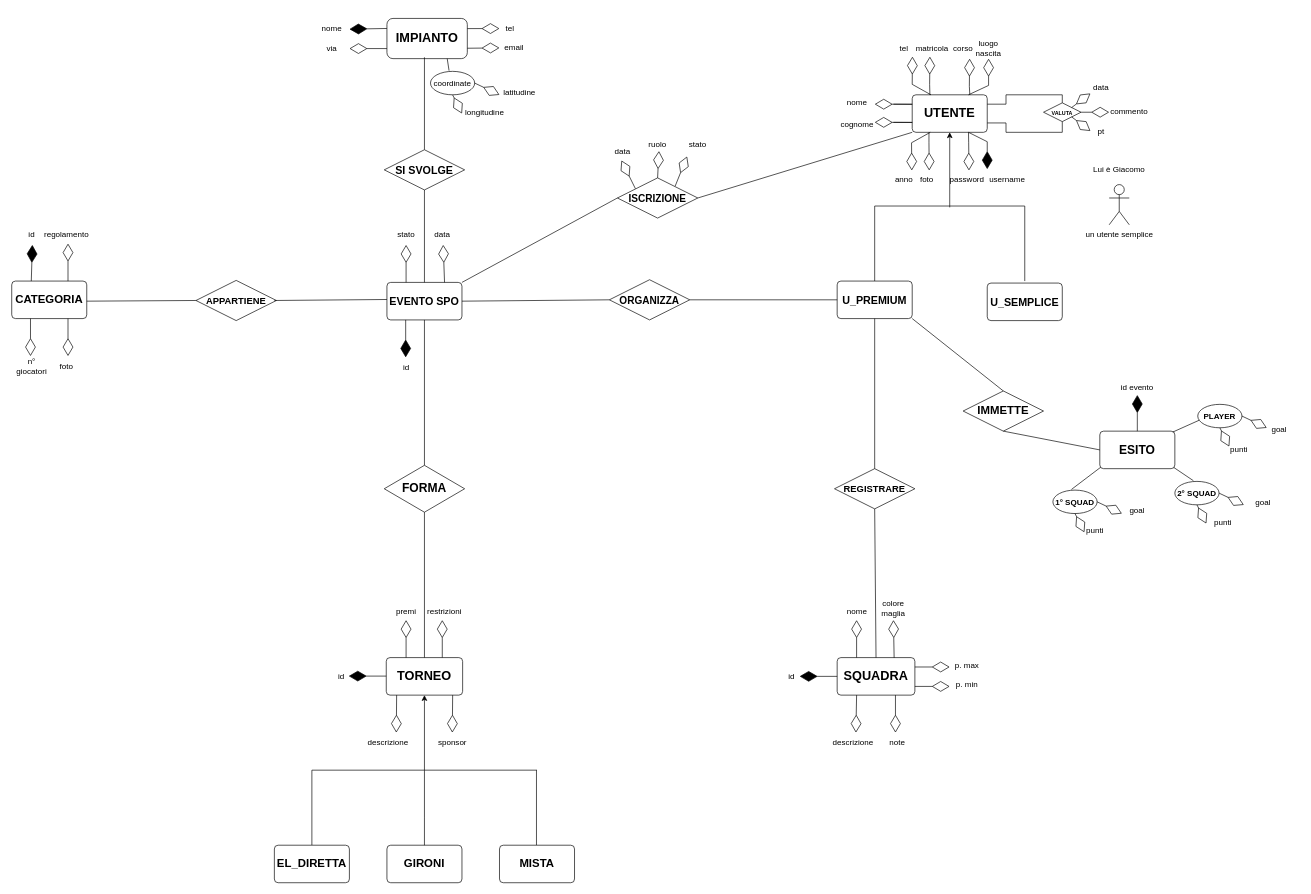
This is Project-EER.drawio from KintsuKayaba/UniGeSocialSport, a draw.io file, before an edit. Source tidied: cells renumbered, new cells numbered last; positions are measured from the earlier drawing's top-left corner, leaving out a move shared by most shapes. Both pictures are drawn from the tidied source at 67%, with x=0, y=0 at pixel (11, 18).
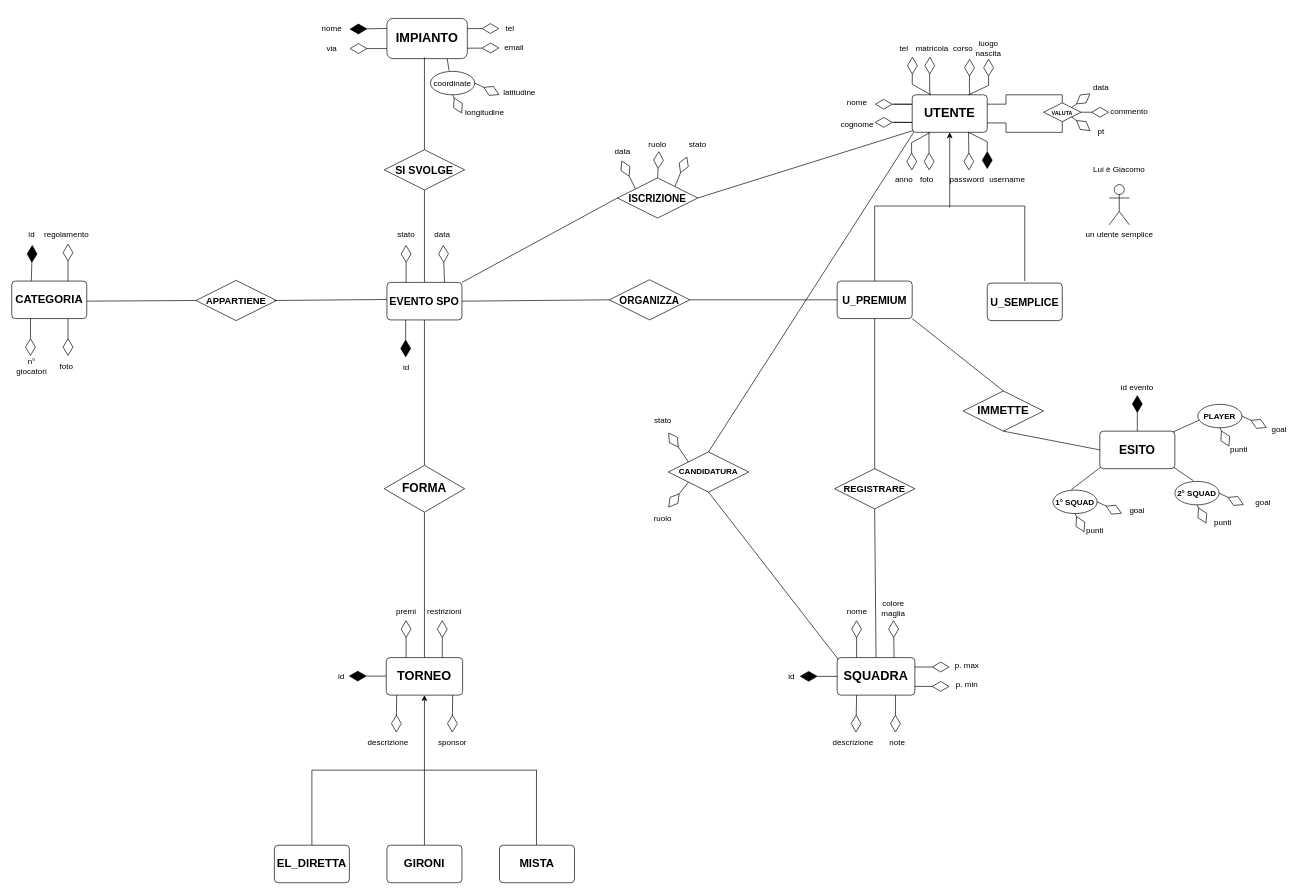
The same page after the edit.

Commit message:
Aggiunta relazione candidatura

The change refers to these unchanged cells:
```xml
<mxCell id="2" value="&lt;div style=&quot;text-align: justify;&quot;&gt;&lt;span style=&quot;background-color: initial;&quot;&gt;&lt;b style=&quot;&quot;&gt;&lt;font style=&quot;font-size: 19px;&quot;&gt;UTENTE&lt;/font&gt;&lt;/b&gt;&lt;/span&gt;&lt;/div&gt;" style="rounded=1;arcSize=10;whiteSpace=wrap;html=1;align=center;" parent="1" vertex="1">
  <mxGeometry x="1344" y="114" width="112" height="56" as="geometry" />
</mxCell>
<mxCell id="84" value="&lt;b&gt;&lt;font style=&quot;font-size: 19px;&quot;&gt;SQUADRA&lt;/font&gt;&lt;/b&gt;" style="rounded=1;arcSize=10;whiteSpace=wrap;html=1;align=center;" parent="1" vertex="1">
  <mxGeometry x="1232" y="954" width="116" height="56" as="geometry" />
</mxCell>
<mxCell id="120" value="&lt;b&gt;&lt;font style=&quot;font-size: 15px;&quot;&gt;ISCRIZIONE&lt;/font&gt;&lt;/b&gt;" style="shape=rhombus;perimeter=rhombusPerimeter;whiteSpace=wrap;html=1;align=center;" parent="1" vertex="1">
  <mxGeometry x="904" y="238" width="120" height="60" as="geometry" />
</mxCell>
```

Diff of the diagram source:
```diff
@@
-    <mxCell id="83" value="&lt;b&gt;&lt;font style=&quot;font-size: 14px;&quot;&gt;REGISTRARE&lt;/font&gt;&lt;/b&gt;" style="shape=rhombus;perimeter=rhombusPerimeter;whiteSpace=wrap;html=1;align=center;" parent="1" vertex="1">
+    <mxCell id="83" value="&lt;font style=&quot;font-size: 14px;&quot;&gt;&lt;b&gt;REGISTRARE&lt;/b&gt;&lt;/font&gt;" style="shape=rhombus;perimeter=rhombusPerimeter;whiteSpace=wrap;html=1;align=center;" parent="1" vertex="1">
       <mxGeometry x="1228" y="672" width="120" height="60" as="geometry" />
     </mxCell>
@@
-    <mxCell id="121" style="endArrow=none;html=1;rounded=0;entryX=0;entryY=1;entryDx=0;entryDy=0;exitX=1;exitY=0.5;exitDx=0;exitDy=0;" parent="1" edge="1" source="120" target="2">
+    <mxCell id="121" style="endArrow=none;html=1;rounded=0;entryX=0.009;entryY=0.955;entryDx=0;entryDy=0;exitX=1;exitY=0.5;exitDx=0;exitDy=0;entryPerimeter=0;" parent="1" edge="1" source="120" target="2">
       <mxGeometry relative="1" as="geometry" />
     </mxCell>
@@
+    <mxCell id="155" value="&lt;b&gt;CANDIDATURA&lt;/b&gt;" style="shape=rhombus;perimeter=rhombusPerimeter;whiteSpace=wrap;html=1;align=center;" parent="1" vertex="1">
+      <mxGeometry x="980" y="647" width="120" height="60" as="geometry" />
+    </mxCell>
+    <mxCell id="156" style="endArrow=none;html=1;rounded=0;entryX=0.5;entryY=1;entryDx=0;entryDy=0;exitX=0.015;exitY=0.049;exitDx=0;exitDy=0;exitPerimeter=0;" parent="1" edge="1" source="84" target="155">
+      <mxGeometry relative="1" as="geometry" />
+    </mxCell>
+    <mxCell id="157" style="endArrow=none;html=1;rounded=0;exitX=0.5;exitY=0;exitDx=0;exitDy=0;entryX=0.021;entryY=0.996;entryDx=0;entryDy=0;entryPerimeter=0;" parent="1" edge="1" source="155" target="2">
+      <mxGeometry relative="1" as="geometry" />
+    </mxCell>
+    <mxCell id="158" style="endArrow=diamondThin;endFill=0;endSize=24;html=1;rounded=0;exitX=0;exitY=1;exitDx=0;exitDy=0;" parent="1" edge="1" source="155">
+      <mxGeometry relative="1" as="geometry">
+        <mxPoint x="980" y="730" as="targetPoint" />
+      </mxGeometry>
+    </mxCell>
+    <mxCell id="159" style="endArrow=diamondThin;endFill=0;endSize=24;html=1;rounded=0;exitX=0;exitY=0;exitDx=0;exitDy=0;" parent="1" edge="1" source="155">
+      <mxGeometry relative="1" as="geometry">
+        <mxPoint x="980" y="618" as="targetPoint" />
+      </mxGeometry>
+    </mxCell>
+    <mxCell id="160" value="ruolo" style="text;html=1;align=center;verticalAlign=middle;whiteSpace=wrap;rounded=0;" parent="1" vertex="1">
+      <mxGeometry x="942" y="732" width="60" height="30" as="geometry" />
+    </mxCell>
+    <mxCell id="161" value="stato" style="text;html=1;align=center;verticalAlign=middle;whiteSpace=wrap;rounded=0;" parent="1" vertex="1">
+      <mxGeometry x="942" y="586" width="60" height="30" as="geometry" />
+    </mxCell>
```
